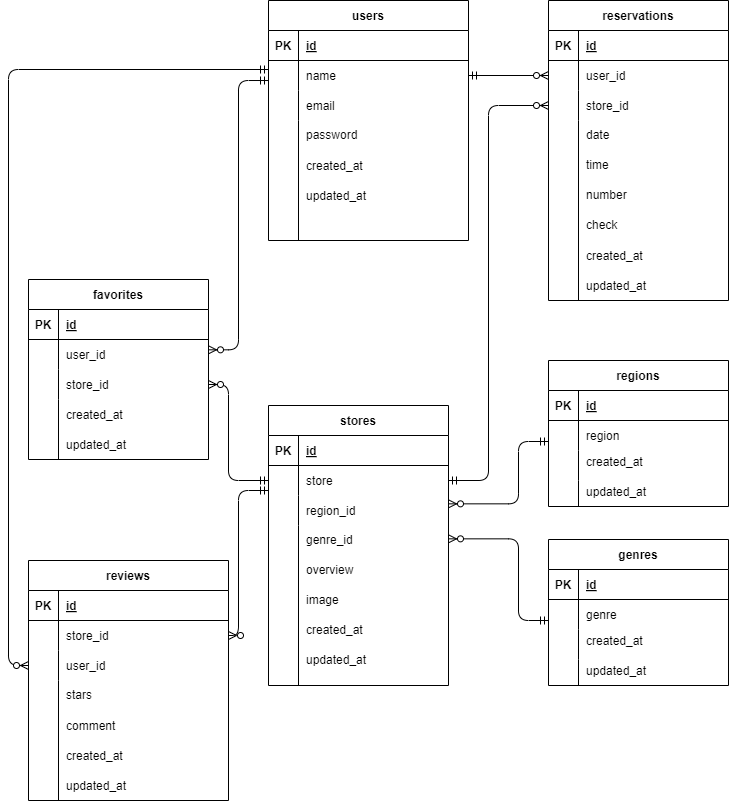
This is index.drawio.png from syakuyaku514/contactadvanced-form, a draw.io export, as it was before one commit. Source tidied: cells renumbered, new cells last; positions are measured from the earlier drawing's top-left corner, leaving out a move shared by most shapes.
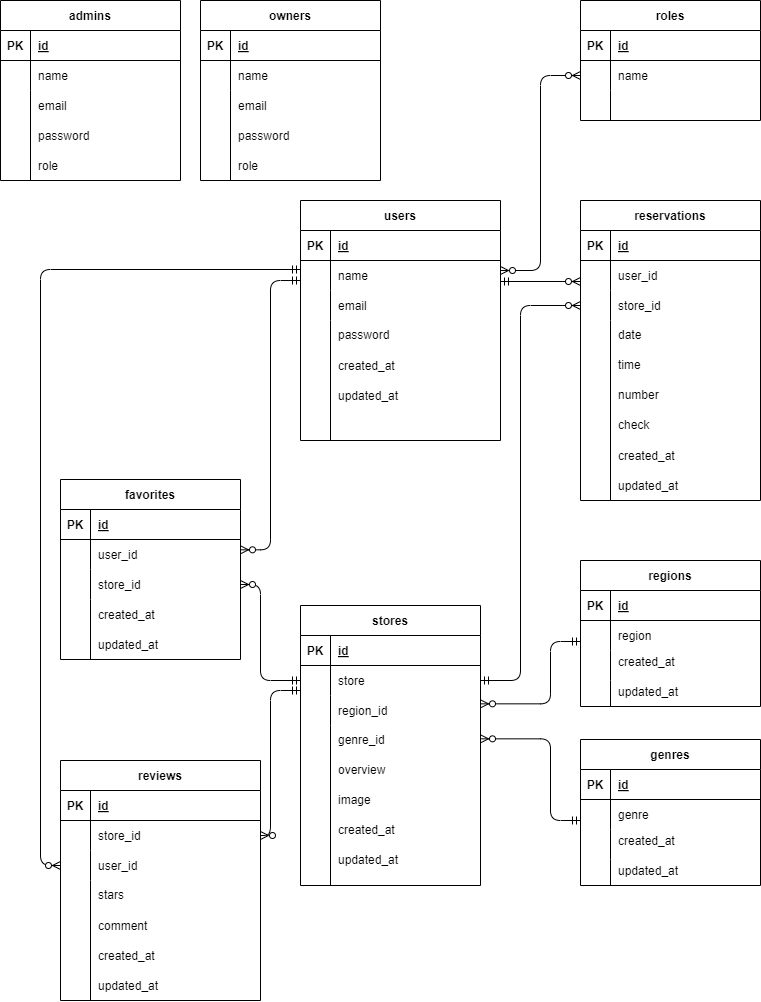
Above is the later version.

Diff of the diagram source:
```diff
@@ -301,8 +301,11 @@
         </Array>
       </mxGeometry>
     </mxCell>
-    <mxCell id="100" style="fontSize=12;html=1;endArrow=ERzeroToMany;startArrow=ERmandOne;exitX=1;exitY=0.5;exitDx=0;exitDy=0;entryX=0;entryY=0.5;entryDx=0;entryDy=0;" parent="1" edge="1" source="6" target="22">
-      <mxGeometry relative="1" as="geometry" />
+    <mxCell id="100" style="fontSize=12;html=1;endArrow=ERzeroToMany;startArrow=ERmandOne;exitX=1;exitY=0.5;exitDx=0;exitDy=0;entryX=0;entryY=0.5;entryDx=0;entryDy=0;" parent="1" edge="1">
+      <mxGeometry relative="1" as="geometry">
+        <mxPoint x="460" y="81" as="sourcePoint" />
+        <mxPoint x="540" y="81" as="targetPoint" />
+      </mxGeometry>
     </mxCell>
     <mxCell id="101" style="edgeStyle=elbowEdgeStyle;fontSize=12;html=1;endArrow=ERzeroToMany;startArrow=ERmandOne;entryX=1;entryY=0.344;entryDx=0;entryDy=0;entryPerimeter=0;exitX=0;exitY=0.667;exitDx=0;exitDy=0;exitPerimeter=0;" parent="1" edge="1" source="6" target="40">
       <mxGeometry relative="1" as="geometry">
@@ -411,5 +414,122 @@
     <mxCell id="124" value="check" style="shape=partialRectangle;fillColor=none;top=0;left=0;bottom=0;right=0;align=left;spacingLeft=6;overflow=hidden;" parent="1" vertex="1">
       <mxGeometry x="570" y="209" width="150" height="30" as="geometry" />
     </mxCell>
+    <mxCell id="125" value="roles" style="shape=table;startSize=30;rowLines=0;fontStyle=1;align=center;" parent="1" vertex="1">
+      <mxGeometry x="540" y="-200" width="180" height="120" as="geometry" />
+    </mxCell>
+    <mxCell id="126" style="shape=tableRow;horizontal=0;startSize=0;swimlaneHead=0;swimlaneBody=0;fillColor=none;top=0;left=0;right=0;bottom=1;" parent="125" vertex="1">
+      <mxGeometry y="30" width="180" height="30" as="geometry" />
+    </mxCell>
+    <mxCell id="127" value="PK" style="shape=partialRectangle;fillColor=none;top=0;left=0;bottom=0;right=0;fontStyle=1;overflow=hidden;" parent="126" vertex="1">
+      <mxGeometry width="30" height="30" as="geometry" />
+    </mxCell>
+    <mxCell id="128" value="id" style="shape=partialRectangle;fillColor=none;top=0;left=0;bottom=0;right=0;align=left;spacingLeft=6;fontStyle=5;overflow=hidden;" parent="126" vertex="1">
+      <mxGeometry x="30" width="150" height="30" as="geometry" />
+    </mxCell>
+    <mxCell id="129" style="shape=tableRow;horizontal=0;startSize=0;swimlaneHead=0;swimlaneBody=0;fillColor=none;points=[[0,0.5],[1,0.5]];portConstraint=eastwest;top=0;left=0;right=0;bottom=0;" parent="125" vertex="1">
+      <mxGeometry y="60" width="180" height="30" as="geometry" />
+    </mxCell>
+    <mxCell id="130" style="shape=partialRectangle;fillColor=none;top=0;left=0;bottom=0;right=0;overflow=hidden;" parent="129" vertex="1">
+      <mxGeometry width="30" height="30" as="geometry" />
+    </mxCell>
+    <mxCell id="131" value="name  " style="shape=partialRectangle;fillColor=none;top=0;left=0;bottom=0;right=0;align=left;spacingLeft=6;overflow=hidden;" parent="129" vertex="1">
+      <mxGeometry x="30" width="150" height="30" as="geometry" />
+    </mxCell>
+    <mxCell id="132" style="shape=tableRow;horizontal=0;startSize=0;swimlaneHead=0;swimlaneBody=0;fillColor=none;top=0;left=0;right=0;bottom=0;" parent="125" vertex="1">
+      <mxGeometry y="90" width="180" height="30" as="geometry" />
+    </mxCell>
+    <mxCell id="133" style="shape=partialRectangle;fillColor=none;top=0;left=0;bottom=0;right=0;overflow=hidden;" parent="132" vertex="1">
+      <mxGeometry width="30" height="30" as="geometry" />
+    </mxCell>
+    <mxCell id="134" style="shape=partialRectangle;fillColor=none;top=0;left=0;bottom=0;right=0;align=left;spacingLeft=6;overflow=hidden;" parent="132" vertex="1">
+      <mxGeometry x="30" width="150" height="30" as="geometry" />
+    </mxCell>
+    <mxCell id="135" style="fontSize=12;html=1;endArrow=ERzeroToMany;startArrow=ERzeroToMany;entryX=0;entryY=0.5;entryDx=0;entryDy=0;startFill=0;edgeStyle=elbowEdgeStyle;" parent="1" edge="1" target="129">
+      <mxGeometry relative="1" as="geometry">
+        <mxPoint x="460" y="70" as="sourcePoint" />
+        <Array as="points">
+          <mxPoint x="500" y="40" />
+          <mxPoint x="500" y="-50" />
+        </Array>
+      </mxGeometry>
+    </mxCell>
+    <mxCell id="136" value="admins" style="shape=table;startSize=30;rowLines=0;fontStyle=1;align=center;" parent="1" vertex="1">
+      <mxGeometry x="-40" y="-200" width="180" height="180" as="geometry" />
+    </mxCell>
+    <mxCell id="137" style="shape=tableRow;horizontal=0;startSize=0;swimlaneHead=0;swimlaneBody=0;fillColor=none;top=0;left=0;right=0;bottom=1;" parent="136" vertex="1">
+      <mxGeometry y="30" width="180" height="30" as="geometry" />
+    </mxCell>
+    <mxCell id="138" value="PK" style="shape=partialRectangle;fillColor=none;top=0;left=0;bottom=0;right=0;fontStyle=1;overflow=hidden;" parent="137" vertex="1">
+      <mxGeometry width="30" height="30" as="geometry" />
+    </mxCell>
+    <mxCell id="139" value="id" style="shape=partialRectangle;fillColor=none;top=0;left=0;bottom=0;right=0;align=left;spacingLeft=6;fontStyle=5;overflow=hidden;" parent="137" vertex="1">
+      <mxGeometry x="30" width="150" height="30" as="geometry" />
+    </mxCell>
+    <mxCell id="140" style="shape=tableRow;horizontal=0;startSize=0;swimlaneHead=0;swimlaneBody=0;fillColor=none;top=0;left=0;right=0;bottom=0;" parent="136" vertex="1">
+      <mxGeometry y="60" width="180" height="30" as="geometry" />
+    </mxCell>
+    <mxCell id="141" style="shape=partialRectangle;fillColor=none;top=0;left=0;bottom=0;right=0;overflow=hidden;" parent="140" vertex="1">
+      <mxGeometry width="30" height="30" as="geometry" />
+    </mxCell>
+    <mxCell id="142" value="name  " style="shape=partialRectangle;fillColor=none;top=0;left=0;bottom=0;right=0;align=left;spacingLeft=6;overflow=hidden;" parent="140" vertex="1">
+      <mxGeometry x="30" width="150" height="30" as="geometry" />
+    </mxCell>
+    <mxCell id="143" style="shape=tableRow;horizontal=0;startSize=0;swimlaneHead=0;swimlaneBody=0;fillColor=none;top=0;left=0;right=0;bottom=0;" parent="136" vertex="1">
+      <mxGeometry y="90" width="180" height="90" as="geometry" />
+    </mxCell>
+    <mxCell id="144" style="shape=partialRectangle;fillColor=none;top=0;left=0;bottom=0;right=0;overflow=hidden;" parent="143" vertex="1">
+      <mxGeometry width="30" height="90" as="geometry" />
+    </mxCell>
+    <mxCell id="145" style="shape=partialRectangle;fillColor=none;top=0;left=0;bottom=0;right=0;align=left;spacingLeft=6;overflow=hidden;" parent="143" vertex="1">
+      <mxGeometry x="30" width="150" height="90" as="geometry" />
+    </mxCell>
+    <mxCell id="146" value="email" style="shape=partialRectangle;fillColor=none;top=0;left=0;bottom=0;right=0;align=left;spacingLeft=6;overflow=hidden;" parent="1" vertex="1">
+      <mxGeometry x="-10" y="-110" width="150" height="30" as="geometry" />
+    </mxCell>
+    <mxCell id="147" value="password" style="shape=partialRectangle;fillColor=none;top=0;left=0;bottom=0;right=0;align=left;spacingLeft=6;overflow=hidden;" parent="1" vertex="1">
+      <mxGeometry x="-10" y="-80" width="150" height="30" as="geometry" />
+    </mxCell>
+    <mxCell id="148" value="role" style="shape=partialRectangle;fillColor=none;top=0;left=0;bottom=0;right=0;align=left;spacingLeft=6;overflow=hidden;" parent="1" vertex="1">
+      <mxGeometry x="-10" y="-50" width="150" height="30" as="geometry" />
+    </mxCell>
+    <mxCell id="149" value="owners" style="shape=table;startSize=30;rowLines=0;fontStyle=1;align=center;" parent="1" vertex="1">
+      <mxGeometry x="160" y="-200" width="180" height="180" as="geometry" />
+    </mxCell>
+    <mxCell id="150" style="shape=tableRow;horizontal=0;startSize=0;swimlaneHead=0;swimlaneBody=0;fillColor=none;top=0;left=0;right=0;bottom=1;" parent="149" vertex="1">
+      <mxGeometry y="30" width="180" height="30" as="geometry" />
+    </mxCell>
+    <mxCell id="151" value="PK" style="shape=partialRectangle;fillColor=none;top=0;left=0;bottom=0;right=0;fontStyle=1;overflow=hidden;" parent="150" vertex="1">
+      <mxGeometry width="30" height="30" as="geometry" />
+    </mxCell>
+    <mxCell id="152" value="id" style="shape=partialRectangle;fillColor=none;top=0;left=0;bottom=0;right=0;align=left;spacingLeft=6;fontStyle=5;overflow=hidden;" parent="150" vertex="1">
+      <mxGeometry x="30" width="150" height="30" as="geometry" />
+    </mxCell>
+    <mxCell id="153" style="shape=tableRow;horizontal=0;startSize=0;swimlaneHead=0;swimlaneBody=0;fillColor=none;top=0;left=0;right=0;bottom=0;" parent="149" vertex="1">
+      <mxGeometry y="60" width="180" height="30" as="geometry" />
+    </mxCell>
+    <mxCell id="154" style="shape=partialRectangle;fillColor=none;top=0;left=0;bottom=0;right=0;overflow=hidden;" parent="153" vertex="1">
+      <mxGeometry width="30" height="30" as="geometry" />
+    </mxCell>
+    <mxCell id="155" value="name  " style="shape=partialRectangle;fillColor=none;top=0;left=0;bottom=0;right=0;align=left;spacingLeft=6;overflow=hidden;" parent="153" vertex="1">
+      <mxGeometry x="30" width="150" height="30" as="geometry" />
+    </mxCell>
+    <mxCell id="156" style="shape=tableRow;horizontal=0;startSize=0;swimlaneHead=0;swimlaneBody=0;fillColor=none;top=0;left=0;right=0;bottom=0;" parent="149" vertex="1">
+      <mxGeometry y="90" width="180" height="90" as="geometry" />
+    </mxCell>
+    <mxCell id="157" style="shape=partialRectangle;fillColor=none;top=0;left=0;bottom=0;right=0;overflow=hidden;" parent="156" vertex="1">
+      <mxGeometry width="30" height="90" as="geometry" />
+    </mxCell>
+    <mxCell id="158" style="shape=partialRectangle;fillColor=none;top=0;left=0;bottom=0;right=0;align=left;spacingLeft=6;overflow=hidden;" parent="156" vertex="1">
+      <mxGeometry x="30" width="150" height="90" as="geometry" />
+    </mxCell>
+    <mxCell id="159" value="email" style="shape=partialRectangle;fillColor=none;top=0;left=0;bottom=0;right=0;align=left;spacingLeft=6;overflow=hidden;" parent="1" vertex="1">
+      <mxGeometry x="190" y="-110" width="150" height="30" as="geometry" />
+    </mxCell>
+    <mxCell id="160" value="password" style="shape=partialRectangle;fillColor=none;top=0;left=0;bottom=0;right=0;align=left;spacingLeft=6;overflow=hidden;" parent="1" vertex="1">
+      <mxGeometry x="190" y="-80" width="150" height="30" as="geometry" />
+    </mxCell>
+    <mxCell id="161" value="role" style="shape=partialRectangle;fillColor=none;top=0;left=0;bottom=0;right=0;align=left;spacingLeft=6;overflow=hidden;" parent="1" vertex="1">
+      <mxGeometry x="190" y="-50" width="150" height="30" as="geometry" />
+    </mxCell>
   </root>
 </mxGraphModel>
```
